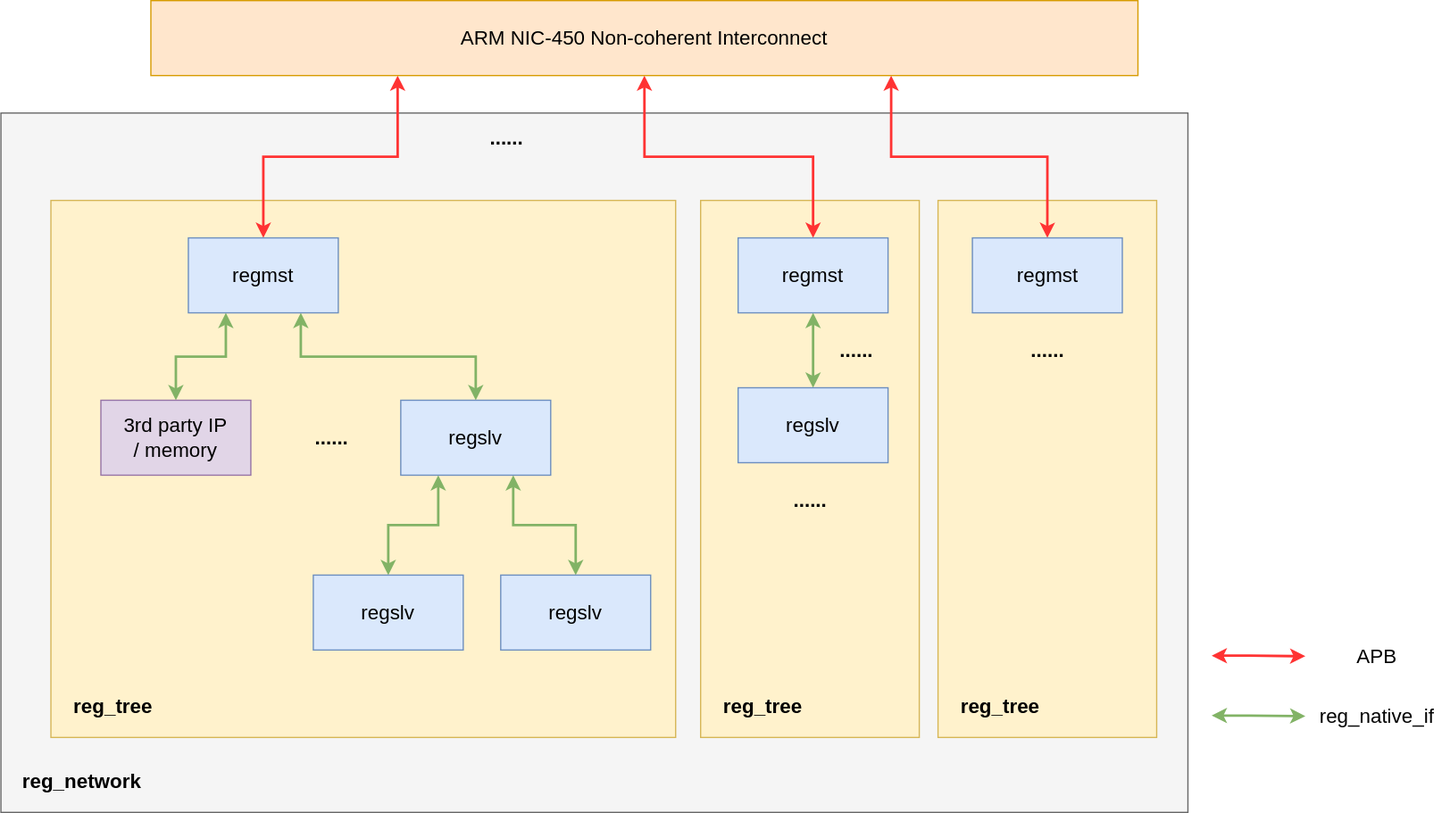
This is docs/pics/reg_network.svg from howsayhao/hj_reg_auto, a draw.io export, as it was before one commit. Source tidied: cells renumbered, new cells last; positions are measured from the earlier drawing's top-left corner, leaving out a move shared by most shapes. Its diagram source:
```xml
<mxGraphModel>
  <root>
    <mxCell id="0" />
    <mxCell id="1" parent="0" />
    <mxCell id="2" style="rounded=0;whiteSpace=wrap;html=1;fontSize=16;fillColor=#f5f5f5;fontColor=#333333;strokeColor=#666666;" parent="1" vertex="1">
      <mxGeometry y="90" width="950" height="560" as="geometry" />
    </mxCell>
    <mxCell id="3" style="rounded=0;whiteSpace=wrap;html=1;fontSize=16;fillColor=#fff2cc;strokeColor=#d6b656;" parent="1" vertex="1">
      <mxGeometry x="750" y="160" width="175" height="430" as="geometry" />
    </mxCell>
    <mxCell id="4" style="rounded=0;whiteSpace=wrap;html=1;fontSize=16;fillColor=#fff2cc;strokeColor=#d6b656;" parent="1" vertex="1">
      <mxGeometry x="560" y="160" width="175" height="430" as="geometry" />
    </mxCell>
    <mxCell id="5" style="rounded=0;whiteSpace=wrap;html=1;fontSize=16;fillColor=#fff2cc;strokeColor=#d6b656;" parent="1" vertex="1">
      <mxGeometry x="40" y="160" width="500" height="430" as="geometry" />
    </mxCell>
    <mxCell id="6" style="edgeStyle=orthogonalEdgeStyle;html=1;exitX=0.25;exitY=1;exitDx=0;exitDy=0;rounded=0;entryX=0.5;entryY=0;entryDx=0;entryDy=0;strokeWidth=2;strokeColor=#FF3333;fontStyle=0;fontSize=16;startArrow=classic;startFill=1;" parent="1" edge="1" source="9" target="12">
      <mxGeometry relative="1" as="geometry" />
    </mxCell>
    <mxCell id="7" style="edgeStyle=orthogonalEdgeStyle;rounded=0;html=1;exitX=0.5;exitY=1;exitDx=0;exitDy=0;entryX=0.5;entryY=0;entryDx=0;entryDy=0;fontSize=16;startArrow=classic;startFill=1;strokeColor=#FF3333;strokeWidth=2;" parent="1" edge="1" source="9" target="14">
      <mxGeometry relative="1" as="geometry" />
    </mxCell>
    <mxCell id="8" style="edgeStyle=orthogonalEdgeStyle;rounded=0;html=1;exitX=0.75;exitY=1;exitDx=0;exitDy=0;entryX=0.5;entryY=0;entryDx=0;entryDy=0;fontSize=16;startArrow=classic;startFill=1;strokeColor=#FF3333;strokeWidth=2;" parent="1" edge="1" source="9" target="15">
      <mxGeometry relative="1" as="geometry" />
    </mxCell>
    <mxCell id="9" value="&lt;span style=&quot;font-size: 16px&quot;&gt;ARM NIC-450 Non-coherent Interconnect&lt;/span&gt;" style="rounded=0;whiteSpace=wrap;html=1;fillColor=#ffe6cc;strokeColor=#d79b00;fontStyle=0;fontSize=16;" parent="1" vertex="1">
      <mxGeometry x="120" width="790" height="60" as="geometry" />
    </mxCell>
    <mxCell id="10" style="edgeStyle=orthogonalEdgeStyle;rounded=0;html=1;exitX=0.75;exitY=1;exitDx=0;exitDy=0;entryX=0.5;entryY=0;entryDx=0;entryDy=0;fontSize=16;startArrow=classic;startFill=1;strokeColor=#82b366;strokeWidth=2;fillColor=#d5e8d4;" parent="1" edge="1" source="12" target="19">
      <mxGeometry relative="1" as="geometry" />
    </mxCell>
    <mxCell id="11" style="edgeStyle=orthogonalEdgeStyle;rounded=0;html=1;exitX=0.25;exitY=1;exitDx=0;exitDy=0;fontSize=16;startArrow=classic;startFill=1;strokeColor=#82b366;strokeWidth=2;fillColor=#d5e8d4;" parent="1" edge="1" source="12" target="16">
      <mxGeometry relative="1" as="geometry" />
    </mxCell>
    <mxCell id="12" value="regmst" style="rounded=0;whiteSpace=wrap;html=1;fillColor=#dae8fc;strokeColor=#6c8ebf;fontStyle=0;fontSize=16;" parent="1" vertex="1">
      <mxGeometry x="150" y="190" width="120" height="60" as="geometry" />
    </mxCell>
    <mxCell id="13" style="edgeStyle=orthogonalEdgeStyle;rounded=0;html=1;exitX=0.5;exitY=1;exitDx=0;exitDy=0;entryX=0.5;entryY=0;entryDx=0;entryDy=0;fontSize=16;startArrow=classic;startFill=1;strokeColor=#82b366;strokeWidth=2;fillColor=#d5e8d4;" parent="1" edge="1" source="14" target="22">
      <mxGeometry relative="1" as="geometry" />
    </mxCell>
    <mxCell id="14" value="regmst" style="rounded=0;whiteSpace=wrap;html=1;fillColor=#dae8fc;strokeColor=#6c8ebf;fontStyle=0;fontSize=16;" parent="1" vertex="1">
      <mxGeometry x="590" y="190" width="120" height="60" as="geometry" />
    </mxCell>
    <mxCell id="15" value="regmst" style="rounded=0;whiteSpace=wrap;html=1;fillColor=#dae8fc;strokeColor=#6c8ebf;fontStyle=0;fontSize=16;" parent="1" vertex="1">
      <mxGeometry x="777.5" y="190" width="120" height="60" as="geometry" />
    </mxCell>
    <mxCell id="16" value="3rd party IP&lt;br style=&quot;font-size: 16px;&quot;&gt;/ memory" style="rounded=0;whiteSpace=wrap;html=1;fontStyle=0;fontSize=16;fillColor=#e1d5e7;strokeColor=#9673a6;" parent="1" vertex="1">
      <mxGeometry x="80" y="320" width="120" height="60" as="geometry" />
    </mxCell>
    <mxCell id="17" style="edgeStyle=orthogonalEdgeStyle;rounded=0;html=1;exitX=0.25;exitY=1;exitDx=0;exitDy=0;fontSize=16;startArrow=classic;startFill=1;strokeColor=#82b366;strokeWidth=2;entryX=0.5;entryY=0;entryDx=0;entryDy=0;fillColor=#d5e8d4;" parent="1" edge="1" source="19" target="23">
      <mxGeometry relative="1" as="geometry" />
    </mxCell>
    <mxCell id="18" style="edgeStyle=orthogonalEdgeStyle;rounded=0;html=1;exitX=0.75;exitY=1;exitDx=0;exitDy=0;entryX=0.5;entryY=0;entryDx=0;entryDy=0;fontSize=16;startArrow=classic;startFill=1;strokeColor=#82b366;strokeWidth=2;fillColor=#d5e8d4;" parent="1" edge="1" source="19" target="24">
      <mxGeometry relative="1" as="geometry" />
    </mxCell>
    <mxCell id="19" value="regslv" style="rounded=0;whiteSpace=wrap;html=1;fillColor=#dae8fc;strokeColor=#6c8ebf;fontStyle=0;fontSize=16;" parent="1" vertex="1">
      <mxGeometry x="320" y="320" width="120" height="60" as="geometry" />
    </mxCell>
    <mxCell id="20" value="&lt;font style=&quot;font-size: 16px;&quot;&gt;&lt;span style=&quot;font-size: 16px;&quot;&gt;......&lt;/span&gt;&lt;/font&gt;" style="text;html=1;strokeColor=none;fillColor=none;align=center;verticalAlign=middle;whiteSpace=wrap;rounded=0;fontStyle=1;fontSize=16;" parent="1" vertex="1">
      <mxGeometry x="240" y="340" width="50" height="20" as="geometry" />
    </mxCell>
    <mxCell id="21" value="&lt;font style=&quot;font-size: 16px;&quot;&gt;&lt;span style=&quot;font-size: 16px;&quot;&gt;......&lt;/span&gt;&lt;/font&gt;" style="text;html=1;strokeColor=none;fillColor=none;align=center;verticalAlign=middle;whiteSpace=wrap;rounded=0;fontStyle=1;fontSize=16;" parent="1" vertex="1">
      <mxGeometry x="380" y="100" width="50" height="20" as="geometry" />
    </mxCell>
    <mxCell id="22" value="regslv" style="rounded=0;whiteSpace=wrap;html=1;fillColor=#dae8fc;strokeColor=#6c8ebf;fontStyle=0;fontSize=16;" parent="1" vertex="1">
      <mxGeometry x="590" y="310" width="120" height="60" as="geometry" />
    </mxCell>
    <mxCell id="23" value="regslv" style="rounded=0;whiteSpace=wrap;html=1;fillColor=#dae8fc;strokeColor=#6c8ebf;fontStyle=0;fontSize=16;" parent="1" vertex="1">
      <mxGeometry x="250" y="460" width="120" height="60" as="geometry" />
    </mxCell>
    <mxCell id="24" value="regslv" style="rounded=0;whiteSpace=wrap;html=1;fillColor=#dae8fc;strokeColor=#6c8ebf;fontStyle=0;fontSize=16;" parent="1" vertex="1">
      <mxGeometry x="400" y="460" width="120" height="60" as="geometry" />
    </mxCell>
    <mxCell id="25" value="&lt;font style=&quot;font-size: 16px;&quot;&gt;&lt;span style=&quot;font-size: 16px;&quot;&gt;......&lt;/span&gt;&lt;/font&gt;" style="text;html=1;strokeColor=none;fillColor=none;align=center;verticalAlign=middle;whiteSpace=wrap;rounded=0;fontStyle=1;fontSize=16;" parent="1" vertex="1">
      <mxGeometry x="622.5" y="390" width="50" height="20" as="geometry" />
    </mxCell>
    <mxCell id="26" value="&lt;font style=&quot;font-size: 16px;&quot;&gt;&lt;span style=&quot;font-size: 16px;&quot;&gt;......&lt;/span&gt;&lt;/font&gt;" style="text;html=1;strokeColor=none;fillColor=none;align=center;verticalAlign=middle;whiteSpace=wrap;rounded=0;fontStyle=1;fontSize=16;" parent="1" vertex="1">
      <mxGeometry x="812.5" y="270" width="50" height="20" as="geometry" />
    </mxCell>
    <mxCell id="27" value="&lt;font style=&quot;font-size: 16px;&quot;&gt;&lt;span style=&quot;font-size: 16px;&quot;&gt;......&lt;/span&gt;&lt;/font&gt;" style="text;html=1;strokeColor=none;fillColor=none;align=center;verticalAlign=middle;whiteSpace=wrap;rounded=0;fontStyle=1;fontSize=16;" parent="1" vertex="1">
      <mxGeometry x="660" y="270" width="50" height="20" as="geometry" />
    </mxCell>
    <mxCell id="28" style="group;fontSize=16;" parent="1" vertex="1">
      <mxGeometry x="999" y="510" width="160" height="30" as="geometry" />
    </mxCell>
    <mxCell id="29" style="edgeStyle=orthogonalEdgeStyle;html=1;rounded=0;strokeWidth=2;strokeColor=#FF3333;fontStyle=0;fontSize=16;startArrow=classic;startFill=1;fillColor=#d5e8d4;" parent="28" edge="1">
      <mxGeometry relative="1" as="geometry">
        <mxPoint x="-30" y="14.5" as="sourcePoint" />
        <mxPoint x="45" y="15" as="targetPoint" />
        <Array as="points">
          <mxPoint y="14.5" />
          <mxPoint y="14.5" />
        </Array>
      </mxGeometry>
    </mxCell>
    <mxCell id="30" value="APB" style="text;html=1;strokeColor=none;fillColor=none;align=center;verticalAlign=middle;whiteSpace=wrap;rounded=0;fontSize=16;" parent="28" vertex="1">
      <mxGeometry x="45" width="115" height="30" as="geometry" />
    </mxCell>
    <mxCell id="31" value="reg_tree" style="text;html=1;strokeColor=none;fillColor=none;align=center;verticalAlign=middle;whiteSpace=wrap;rounded=0;fontSize=16;fontStyle=1;" parent="1" vertex="1">
      <mxGeometry x="50" y="550" width="80" height="30" as="geometry" />
    </mxCell>
    <mxCell id="32" value="reg_tree" style="text;html=1;strokeColor=none;fillColor=none;align=center;verticalAlign=middle;whiteSpace=wrap;rounded=0;fontSize=16;fontStyle=1;" parent="1" vertex="1">
      <mxGeometry x="570" y="550" width="80" height="30" as="geometry" />
    </mxCell>
    <mxCell id="33" value="reg_tree" style="text;html=1;strokeColor=none;fillColor=none;align=center;verticalAlign=middle;whiteSpace=wrap;rounded=0;fontSize=16;fontStyle=1;" parent="1" vertex="1">
      <mxGeometry x="760" y="550" width="80" height="30" as="geometry" />
    </mxCell>
    <mxCell id="34" style="group;fontSize=16;" parent="1" vertex="1">
      <mxGeometry x="999" y="558" width="160" height="30" as="geometry" />
    </mxCell>
    <mxCell id="35" style="edgeStyle=orthogonalEdgeStyle;html=1;rounded=0;strokeWidth=2;strokeColor=#82b366;fontStyle=0;fontSize=16;startArrow=classic;startFill=1;fillColor=#d5e8d4;" parent="34" edge="1">
      <mxGeometry relative="1" as="geometry">
        <mxPoint x="-30" y="14.5" as="sourcePoint" />
        <mxPoint x="45" y="15" as="targetPoint" />
        <Array as="points">
          <mxPoint y="14.5" />
          <mxPoint y="14.5" />
        </Array>
      </mxGeometry>
    </mxCell>
    <mxCell id="36" value="reg_native_if" style="text;html=1;strokeColor=none;fillColor=none;align=center;verticalAlign=middle;whiteSpace=wrap;rounded=0;fontSize=16;" parent="34" vertex="1">
      <mxGeometry x="45" width="115" height="30" as="geometry" />
    </mxCell>
    <mxCell id="37" value="reg_network" style="text;html=1;strokeColor=none;fillColor=none;align=center;verticalAlign=middle;whiteSpace=wrap;rounded=0;fontSize=16;fontStyle=1;" parent="1" vertex="1">
      <mxGeometry x="10" y="610" width="110" height="30" as="geometry" />
    </mxCell>
  </root>
</mxGraphModel>
```
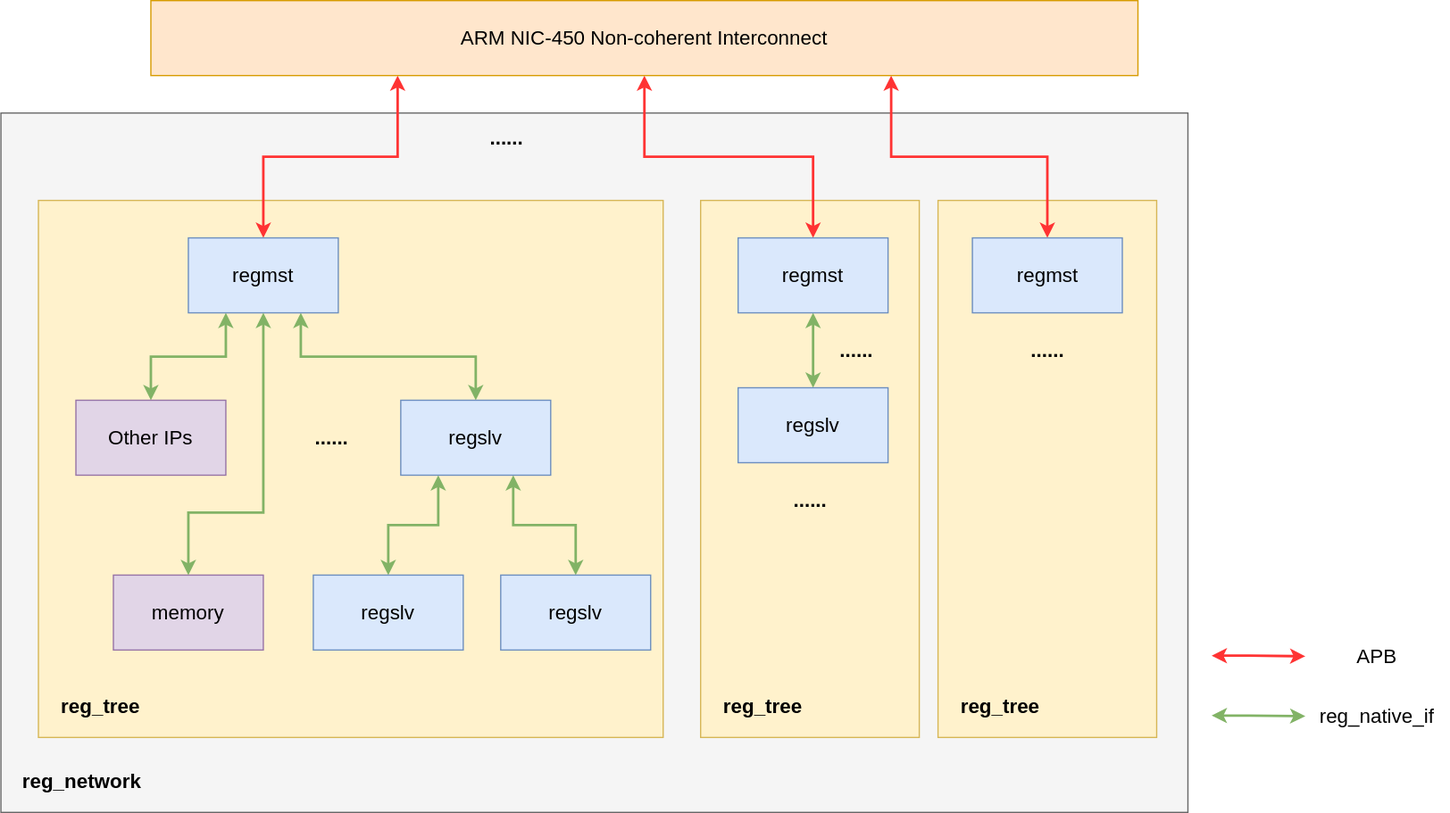
After the change.

Diff of the diagram source:
```diff
@@ -12,7 +12,7 @@
       <mxGeometry x="560" y="160" width="175" height="430" as="geometry" />
     </mxCell>
     <mxCell id="5" style="rounded=0;whiteSpace=wrap;html=1;fontSize=16;fillColor=#fff2cc;strokeColor=#d6b656;" parent="1" vertex="1">
-      <mxGeometry x="40" y="160" width="500" height="430" as="geometry" />
+      <mxGeometry x="30" y="160" width="500" height="430" as="geometry" />
     </mxCell>
     <mxCell id="6" style="edgeStyle=orthogonalEdgeStyle;html=1;exitX=0.25;exitY=1;exitDx=0;exitDy=0;rounded=0;entryX=0.5;entryY=0;entryDx=0;entryDy=0;strokeWidth=2;strokeColor=#FF3333;fontStyle=0;fontSize=16;startArrow=classic;startFill=1;" parent="1" edge="1" source="9" target="12">
       <mxGeometry relative="1" as="geometry" />
@@ -44,8 +44,8 @@
     <mxCell id="15" value="regmst" style="rounded=0;whiteSpace=wrap;html=1;fillColor=#dae8fc;strokeColor=#6c8ebf;fontStyle=0;fontSize=16;" parent="1" vertex="1">
       <mxGeometry x="777.5" y="190" width="120" height="60" as="geometry" />
     </mxCell>
-    <mxCell id="16" value="3rd party IP&lt;br style=&quot;font-size: 16px;&quot;&gt;/ memory" style="rounded=0;whiteSpace=wrap;html=1;fontStyle=0;fontSize=16;fillColor=#e1d5e7;strokeColor=#9673a6;" parent="1" vertex="1">
-      <mxGeometry x="80" y="320" width="120" height="60" as="geometry" />
+    <mxCell id="16" value="Other IPs" style="rounded=0;whiteSpace=wrap;html=1;fontStyle=0;fontSize=16;fillColor=#e1d5e7;strokeColor=#9673a6;" parent="1" vertex="1">
+      <mxGeometry x="60" y="320" width="120" height="60" as="geometry" />
     </mxCell>
     <mxCell id="17" style="edgeStyle=orthogonalEdgeStyle;rounded=0;html=1;exitX=0.25;exitY=1;exitDx=0;exitDy=0;fontSize=16;startArrow=classic;startFill=1;strokeColor=#82b366;strokeWidth=2;entryX=0.5;entryY=0;entryDx=0;entryDy=0;fillColor=#d5e8d4;" parent="1" edge="1" source="19" target="23">
       <mxGeometry relative="1" as="geometry" />
@@ -97,7 +97,7 @@
       <mxGeometry x="45" width="115" height="30" as="geometry" />
     </mxCell>
     <mxCell id="31" value="reg_tree" style="text;html=1;strokeColor=none;fillColor=none;align=center;verticalAlign=middle;whiteSpace=wrap;rounded=0;fontSize=16;fontStyle=1;" parent="1" vertex="1">
-      <mxGeometry x="50" y="550" width="80" height="30" as="geometry" />
+      <mxGeometry x="40" y="550" width="80" height="30" as="geometry" />
     </mxCell>
     <mxCell id="32" value="reg_tree" style="text;html=1;strokeColor=none;fillColor=none;align=center;verticalAlign=middle;whiteSpace=wrap;rounded=0;fontSize=16;fontStyle=1;" parent="1" vertex="1">
       <mxGeometry x="570" y="550" width="80" height="30" as="geometry" />
@@ -124,5 +124,16 @@
     <mxCell id="37" value="reg_network" style="text;html=1;strokeColor=none;fillColor=none;align=center;verticalAlign=middle;whiteSpace=wrap;rounded=0;fontSize=16;fontStyle=1;" parent="1" vertex="1">
       <mxGeometry x="10" y="610" width="110" height="30" as="geometry" />
     </mxCell>
+    <mxCell id="38" value="memory" style="rounded=0;whiteSpace=wrap;html=1;fontStyle=0;fontSize=16;fillColor=#e1d5e7;strokeColor=#9673a6;" parent="1" vertex="1">
+      <mxGeometry x="90" y="460" width="120" height="60" as="geometry" />
+    </mxCell>
+    <mxCell id="39" style="edgeStyle=orthogonalEdgeStyle;rounded=0;html=1;exitX=0.5;exitY=1;exitDx=0;exitDy=0;entryX=0.5;entryY=0;entryDx=0;entryDy=0;fontSize=16;startArrow=classic;startFill=1;strokeColor=#82b366;strokeWidth=2;fillColor=#d5e8d4;" parent="1" edge="1" source="12" target="38">
+      <mxGeometry relative="1" as="geometry">
+        <Array as="points">
+          <mxPoint x="210" y="410" />
+          <mxPoint x="150" y="410" />
+        </Array>
+      </mxGeometry>
+    </mxCell>
   </root>
 </mxGraphModel>
```
